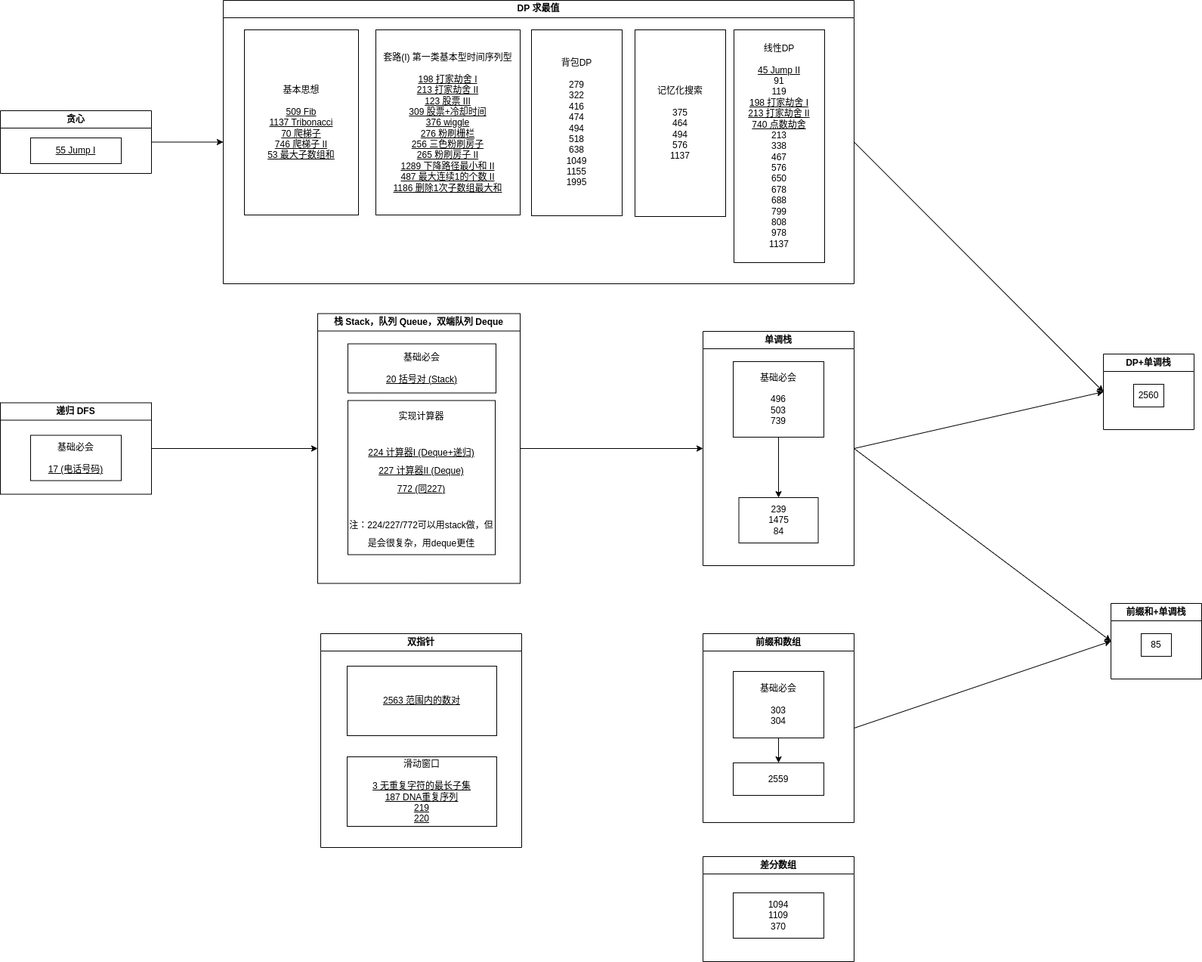
Above: drawio/map.drawio.png in jssonx/algo-playground (draw.io), before the change. Source tidied: cells renumbered, new cells last; positions are measured from the earlier drawing's top-left corner, leaving out a move shared by most shapes.
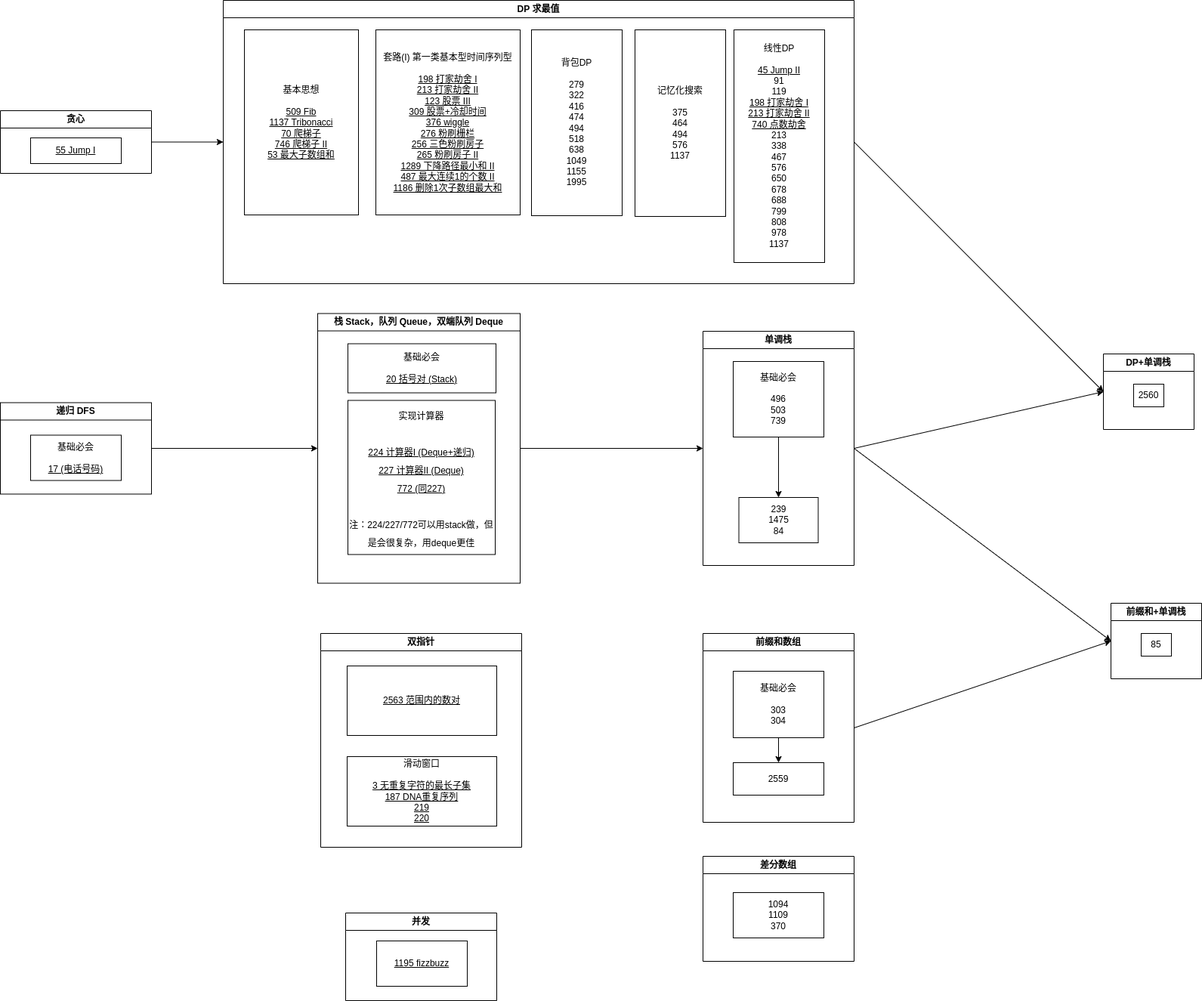
Above is the later version.

Diff of the diagram source:
```diff
@@ -113,5 +113,11 @@
     <mxCell id="38" value="滑动窗口&lt;br&gt;&lt;br&gt;&lt;u&gt;3 无重复字符的最长子集&lt;br&gt;187 DNA重复序列&lt;br&gt;219&lt;br&gt;220&lt;br&gt;&lt;/u&gt;" style="whiteSpace=wrap;html=1;" parent="36" vertex="1">
       <mxGeometry x="35" y="163" width="198" height="92" as="geometry" />
     </mxCell>
+    <mxCell id="39" value="并发" style="swimlane;whiteSpace=wrap;html=1;" parent="1" vertex="1">
+      <mxGeometry x="457" y="1208" width="200" height="116" as="geometry" />
+    </mxCell>
+    <mxCell id="40" value="&lt;u&gt;1195 fizzbuzz&lt;/u&gt;" style="whiteSpace=wrap;html=1;" parent="39" vertex="1">
+      <mxGeometry x="41" y="37" width="120" height="60" as="geometry" />
+    </mxCell>
   </root>
 </mxGraphModel>
```
